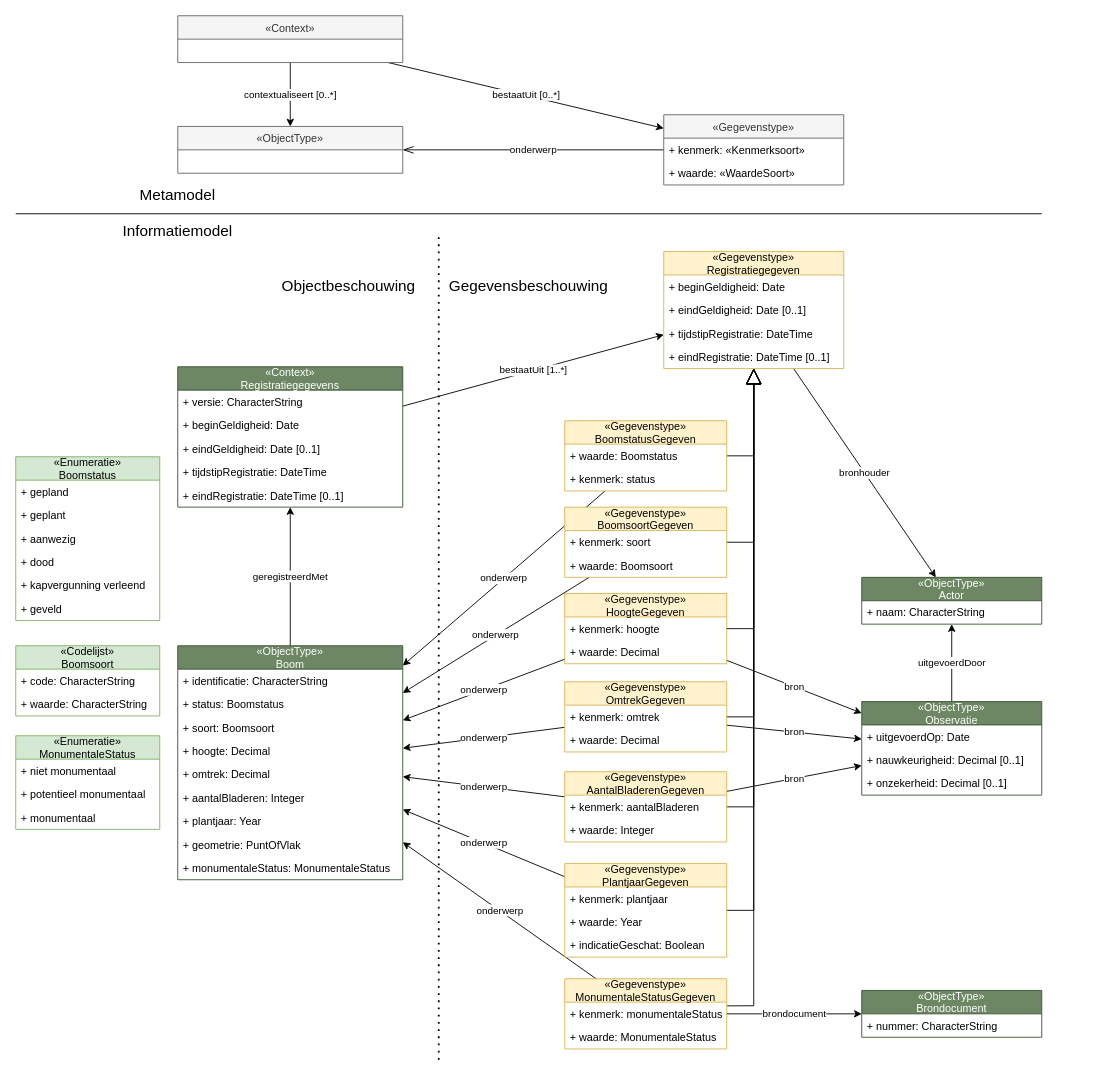
Before: page "uitwerking A" (2 of 5) of casus/imboom/media/imboom.drawio in Geonovum/disgeo-imsor, a draw.io diagram. Source tidied: cells renumbered, new cells numbered last; positions are measured from the earlier drawing's top-left corner, leaving out a move shared by most shapes. Both pictures are drawn from the tidied source at 90%, with x=0, y=0 at pixel (15, 15).
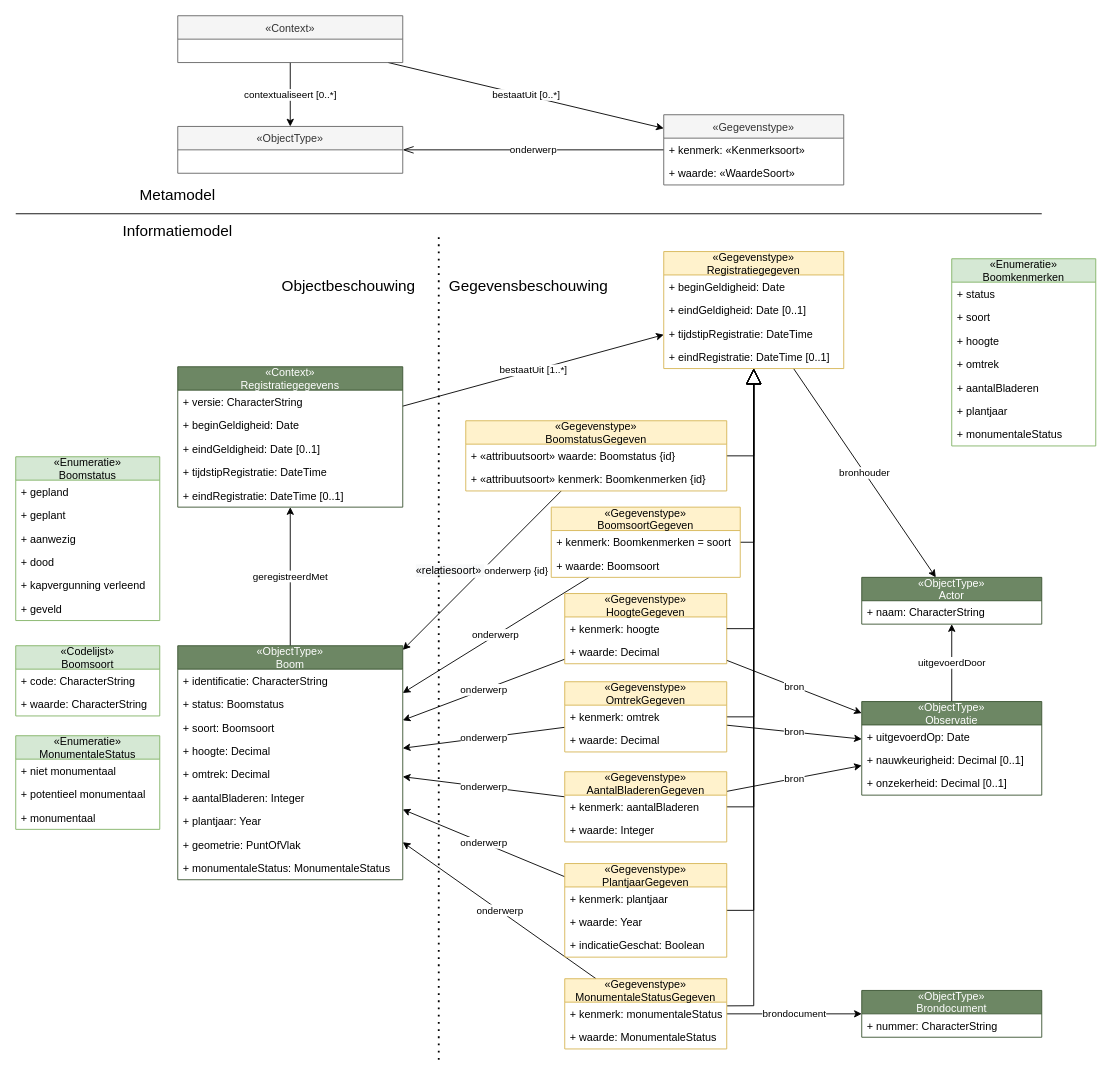
The same page after the edit.

The change refers to these unchanged cells:
```xml
<mxCell id="38" value="«ObjectType»&#10;Boom" style="swimlane;fontStyle=0;horizontal=1;startSize=26;fillColor=#6d8764;strokeColor=#3A5431;fontColor=#ffffff;" parent="1" vertex="1">
  <mxGeometry x="180" y="700" width="250" height="260" as="geometry" />
</mxCell>
```

Diff of the diagram source:
```diff
@@
-    <mxCell id="23" value="onderwerp" style="edgeStyle=none;rounded=0;jettySize=auto;html=1;endArrow=classic;endFill=1;endSize=6;" parent="1" edge="1" source="24" target="38">
+    <mxCell id="23" value="&lt;span style=&quot;font-size: 12px ; text-align: left ; background-color: rgb(248 , 249 , 250)&quot;&gt;«relatiesoort»&amp;nbsp;&lt;/span&gt;onderwerp {id}" style="edgeStyle=none;rounded=0;jettySize=auto;html=1;endArrow=classic;endFill=1;endSize=6;" parent="1" edge="1" source="24" target="38">
       <mxGeometry relative="1" as="geometry" />
     </mxCell>
     <mxCell id="24" value="«Gegevenstype»&#10;BoomstatusGegeven" style="swimlane;fontStyle=0;horizontal=1;startSize=26;fillColor=#fff2cc;strokeColor=#d6b656;" parent="1" vertex="1">
-      <mxGeometry x="610" y="450" width="180" height="78" as="geometry" />
+      <mxGeometry x="500" y="450" width="290" height="78" as="geometry" />
     </mxCell>
-    <mxCell id="25" value="+ waarde: Boomstatus" style="text;strokeColor=none;fillColor=none;align=left;verticalAlign=top;spacingLeft=4;spacingRight=4;overflow=hidden;" parent="24" vertex="1">
-      <mxGeometry y="26" width="180" height="26" as="geometry" />
+    <mxCell id="25" value="+ «attribuutsoort» waarde: Boomstatus {id}" style="text;strokeColor=none;fillColor=none;align=left;verticalAlign=top;spacingLeft=4;spacingRight=4;overflow=hidden;" parent="24" vertex="1">
+      <mxGeometry y="26" width="290" height="26" as="geometry" />
     </mxCell>
-    <mxCell id="26" value="+ kenmerk: status" style="text;strokeColor=none;fillColor=none;align=left;verticalAlign=top;spacingLeft=4;spacingRight=4;overflow=hidden;" parent="24" vertex="1">
-      <mxGeometry y="52" width="180" height="26" as="geometry" />
+    <mxCell id="26" value="+ «attribuutsoort» kenmerk: Boomkenmerken {id}" style="text;strokeColor=none;fillColor=none;align=left;verticalAlign=top;spacingLeft=4;spacingRight=4;overflow=hidden;" parent="24" vertex="1">
+      <mxGeometry y="52" width="290" height="26" as="geometry" />
     </mxCell>
@@
     <mxCell id="56" value="«Gegevenstype»&#10;BoomsoortGegeven" style="swimlane;fontStyle=0;horizontal=1;startSize=26;fillColor=#fff2cc;strokeColor=#d6b656;" parent="1" vertex="1">
-      <mxGeometry x="610" y="546" width="180" height="78" as="geometry" />
+      <mxGeometry x="595" y="546" width="210" height="78" as="geometry" />
     </mxCell>
-    <mxCell id="57" value="+ kenmerk: soort" style="text;strokeColor=none;fillColor=none;align=left;verticalAlign=top;spacingLeft=4;spacingRight=4;overflow=hidden;" parent="56" vertex="1">
-      <mxGeometry y="26" width="180" height="26" as="geometry" />
+    <mxCell id="57" value="+ kenmerk: Boomkenmerken = soort" style="text;strokeColor=none;fillColor=none;align=left;verticalAlign=top;spacingLeft=4;spacingRight=4;overflow=hidden;" parent="56" vertex="1">
+      <mxGeometry y="26" width="210" height="26" as="geometry" />
     </mxCell>
     <mxCell id="58" value="+ waarde: Boomsoort" style="text;strokeColor=none;fillColor=none;align=left;verticalAlign=top;spacingLeft=4;spacingRight=4;overflow=hidden;" parent="56" vertex="1">
-      <mxGeometry y="52" width="180" height="26" as="geometry" />
+      <mxGeometry y="52" width="210" height="26" as="geometry" />
     </mxCell>
@@
+    <mxCell id="103" value="«Enumeratie»&#10;Boomkenmerken" style="swimlane;fontStyle=0;horizontal=1;startSize=26;fillColor=#d5e8d4;strokeColor=#82b366;" parent="1" vertex="1">
+      <mxGeometry x="1040" y="270" width="160" height="208" as="geometry" />
+    </mxCell>
+    <mxCell id="104" value="+ status" style="text;strokeColor=none;fillColor=none;align=left;verticalAlign=top;spacingLeft=4;spacingRight=4;overflow=hidden;" parent="103" vertex="1">
+      <mxGeometry y="26" width="160" height="26" as="geometry" />
+    </mxCell>
+    <mxCell id="105" value="+ soort" style="text;strokeColor=none;fillColor=none;align=left;verticalAlign=top;spacingLeft=4;spacingRight=4;overflow=hidden;" parent="103" vertex="1">
+      <mxGeometry y="52" width="160" height="26" as="geometry" />
+    </mxCell>
+    <mxCell id="106" value="+ hoogte" style="text;strokeColor=none;fillColor=none;align=left;verticalAlign=top;spacingLeft=4;spacingRight=4;overflow=hidden;" parent="103" vertex="1">
+      <mxGeometry y="78" width="160" height="26" as="geometry" />
+    </mxCell>
+    <mxCell id="107" value="+ omtrek" style="text;strokeColor=none;fillColor=none;align=left;verticalAlign=top;spacingLeft=4;spacingRight=4;overflow=hidden;" parent="103" vertex="1">
+      <mxGeometry y="104" width="160" height="26" as="geometry" />
+    </mxCell>
+    <mxCell id="108" value="+ aantalBladeren" style="text;strokeColor=none;fillColor=none;align=left;verticalAlign=top;spacingLeft=4;spacingRight=4;overflow=hidden;" parent="103" vertex="1">
+      <mxGeometry y="130" width="160" height="26" as="geometry" />
+    </mxCell>
+    <mxCell id="109" value="+ plantjaar" style="text;strokeColor=none;fillColor=none;align=left;verticalAlign=top;spacingLeft=4;spacingRight=4;overflow=hidden;" parent="103" vertex="1">
+      <mxGeometry y="156" width="160" height="26" as="geometry" />
+    </mxCell>
+    <mxCell id="110" value="+ monumentaleStatus" style="text;strokeColor=none;fillColor=none;align=left;verticalAlign=top;spacingLeft=4;spacingRight=4;overflow=hidden;" parent="103" vertex="1">
+      <mxGeometry y="182" width="160" height="26" as="geometry" />
+    </mxCell>
```
